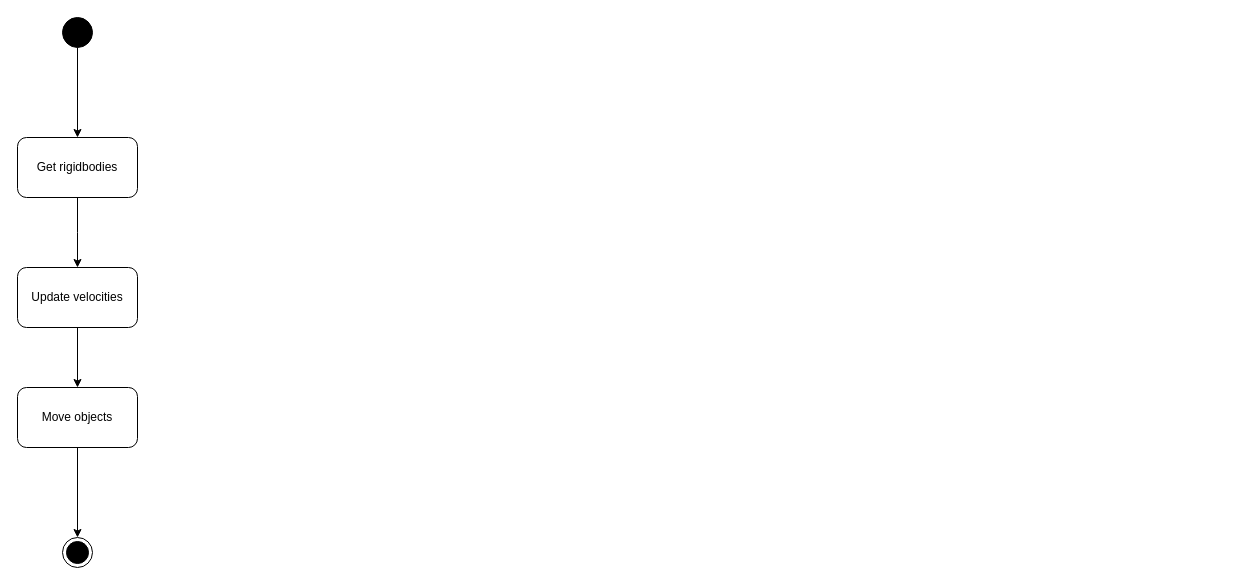
This is page "Physics System" (6 of 14) of figs.drawio from lonkaars/crepe-docs, a draw.io file, before an edit. Source tidied: cells renumbered, new cells numbered last; positions are measured from the earlier drawing's top-left corner, leaving out a move shared by most shapes. Both pictures are drawn from the tidied source at 100%, with x=0, y=0 at pixel (17, 17).
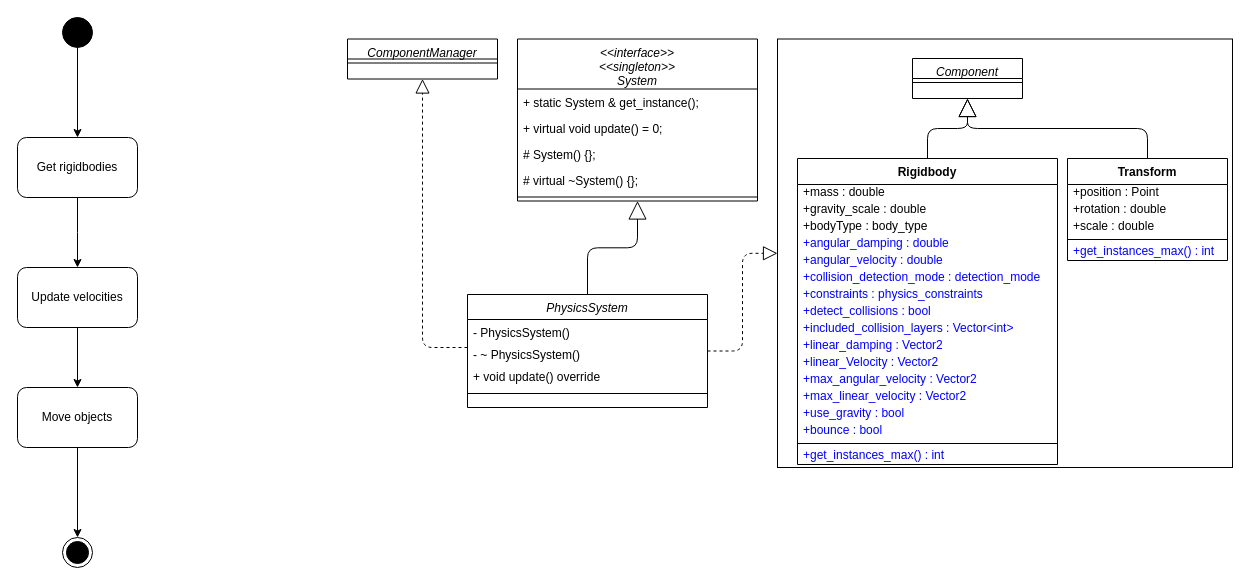
After the change.

Diff of the diagram source:
```diff
@@
+    <mxCell id="11" style="rounded=0;whiteSpace=wrap;html=1;fillColor=none;" parent="1" vertex="1">
+      <mxGeometry x="760" y="21.5" width="455" height="428.5" as="geometry" />
+    </mxCell>
@@
+    <mxCell id="12" value="PhysicsSystem" style="swimlane;fontStyle=2;align=center;verticalAlign=top;horizontal=1;startSize=25;rounded=0;shadow=0;strokeWidth=1;" parent="1" vertex="1">
+      <mxGeometry x="450" y="277" width="240" height="113" as="geometry" />
+    </mxCell>
+    <mxCell id="13" value="- PhysicsSystem()" style="text;align=left;verticalAlign=top;spacingLeft=4;spacingRight=4;overflow=hidden;" parent="12" vertex="1">
+      <mxGeometry y="25" width="240" height="22" as="geometry" />
+    </mxCell>
+    <mxCell id="14" value="- ~ PhysicsSystem()" style="text;align=left;verticalAlign=top;spacingLeft=4;spacingRight=4;overflow=hidden;" parent="12" vertex="1">
+      <mxGeometry y="47" width="240" height="22" as="geometry" />
+    </mxCell>
+    <mxCell id="15" value="+ void update() override" style="text;align=left;verticalAlign=top;spacingLeft=4;spacingRight=4;overflow=hidden;rounded=0;shadow=0;html=0;" parent="12" vertex="1">
+      <mxGeometry y="69" width="240" height="26" as="geometry" />
+    </mxCell>
+    <mxCell id="16" style="line;html=1;strokeWidth=1;align=left;verticalAlign=middle;spacingTop=-1;spacingLeft=3;spacingRight=3;labelPosition=right;" parent="12" vertex="1">
+      <mxGeometry y="95" width="240" height="8" as="geometry" />
+    </mxCell>
+    <mxCell id="17" value="&lt;&lt;interface&gt;&gt;&#10;&lt;&lt;singleton&gt;&gt;&#10;System" style="swimlane;fontStyle=2;align=center;verticalAlign=top;horizontal=1;startSize=50;rounded=0;shadow=0;strokeWidth=1;" parent="1" vertex="1">
+      <mxGeometry x="500" y="21.5" width="240" height="162" as="geometry" />
+    </mxCell>
+    <mxCell id="18" value="+ static System &amp; get_instance();" style="text;align=left;verticalAlign=top;spacingLeft=4;spacingRight=4;overflow=hidden;rounded=0;shadow=0;html=0;" parent="17" vertex="1">
+      <mxGeometry y="50" width="240" height="26" as="geometry" />
+    </mxCell>
+    <mxCell id="19" value="+ virtual void update() = 0;&#10;" style="text;align=left;verticalAlign=top;spacingLeft=4;spacingRight=4;overflow=hidden;rounded=0;shadow=0;html=0;" parent="17" vertex="1">
+      <mxGeometry y="76" width="240" height="26" as="geometry" />
+    </mxCell>
+    <mxCell id="20" value="# System() {};&#10;" style="text;align=left;verticalAlign=top;spacingLeft=4;spacingRight=4;overflow=hidden;rounded=0;shadow=0;html=0;" parent="17" vertex="1">
+      <mxGeometry y="102" width="240" height="26" as="geometry" />
+    </mxCell>
+    <mxCell id="21" value="# virtual ~System() {};&#10;" style="text;align=left;verticalAlign=top;spacingLeft=4;spacingRight=4;overflow=hidden;rounded=0;shadow=0;html=0;" parent="17" vertex="1">
+      <mxGeometry y="128" width="240" height="26" as="geometry" />
+    </mxCell>
+    <mxCell id="22" style="line;html=1;strokeWidth=1;align=left;verticalAlign=middle;spacingTop=-1;spacingLeft=3;spacingRight=3;labelPosition=right;" parent="17" vertex="1">
+      <mxGeometry y="154" width="240" height="8" as="geometry" />
+    </mxCell>
+    <mxCell id="23" style="endArrow=block;endSize=16;endFill=0;html=1;edgeStyle=orthogonalEdgeStyle;" parent="1" edge="1" source="12" target="17">
+      <mxGeometry relative="1" as="geometry" />
+    </mxCell>
+    <mxCell id="24" value="Component" style="swimlane;fontStyle=2;align=center;verticalAlign=top;horizontal=1;startSize=20;rounded=0;shadow=0;strokeWidth=1;" parent="1" vertex="1">
+      <mxGeometry x="895" y="41" width="110" height="40" as="geometry" />
+    </mxCell>
+    <mxCell id="25" style="line;html=1;strokeWidth=1;align=left;verticalAlign=middle;spacingTop=-1;spacingLeft=3;spacingRight=3;labelPosition=right;" parent="24" vertex="1">
+      <mxGeometry y="20" width="110" height="8" as="geometry" />
+    </mxCell>
+    <mxCell id="26" value="ComponentManager" style="swimlane;fontStyle=2;align=center;verticalAlign=top;horizontal=1;startSize=20;rounded=0;shadow=0;strokeWidth=1;" parent="1" vertex="1">
+      <mxGeometry x="330" y="21.5" width="150" height="40" as="geometry" />
+    </mxCell>
+    <mxCell id="27" style="line;html=1;strokeWidth=1;align=left;verticalAlign=middle;spacingTop=-1;spacingLeft=3;spacingRight=3;labelPosition=right;" parent="26" vertex="1">
+      <mxGeometry y="20" width="150" height="8" as="geometry" />
+    </mxCell>
+    <mxCell id="28" style="endArrow=block;dashed=1;endFill=0;endSize=12;html=1;edgeStyle=orthogonalEdgeStyle;" parent="1" edge="1" source="12" target="26">
+      <mxGeometry relative="1" as="geometry">
+        <Array as="points">
+          <mxPoint x="405" y="330" />
+        </Array>
+      </mxGeometry>
+    </mxCell>
+    <mxCell id="29" value="Transform" style="swimlane;fontStyle=1;align=center;verticalAlign=top;horizontal=1;startSize=26;rounded=0;shadow=0;strokeWidth=1;direction=east;" parent="1" vertex="1">
+      <mxGeometry x="1050" y="141" width="160" height="102" as="geometry" />
+    </mxCell>
+    <mxCell id="30" value="+position : Point" style="text;align=left;verticalAlign=bottom;spacingLeft=4;spacingRight=4;overflow=hidden;rounded=0;shadow=0;html=0;strokeWidth=1;horizontal=1;" parent="29" vertex="1">
+      <mxGeometry y="26" width="160" height="17" as="geometry" />
+    </mxCell>
+    <mxCell id="31" value="+rotation : double" style="text;align=left;verticalAlign=bottom;spacingLeft=4;spacingRight=4;overflow=hidden;rounded=0;shadow=0;html=0;strokeWidth=1;horizontal=1;" parent="29" vertex="1">
+      <mxGeometry y="43" width="160" height="17" as="geometry" />
+    </mxCell>
+    <mxCell id="32" value="+scale : double" style="text;align=left;verticalAlign=bottom;spacingLeft=4;spacingRight=4;overflow=hidden;rounded=0;shadow=0;html=0;strokeWidth=1;horizontal=1;" parent="29" vertex="1">
+      <mxGeometry y="60" width="160" height="17" as="geometry" />
+    </mxCell>
+    <mxCell id="33" style="line;html=1;strokeWidth=1;align=left;verticalAlign=middle;spacingTop=-1;spacingLeft=3;spacingRight=3;labelPosition=right;fontSize=12;perimeterSpacing=0;verticalLabelPosition=middle;" parent="29" vertex="1">
+      <mxGeometry y="77" width="160" height="8" as="geometry" />
+    </mxCell>
+    <mxCell id="34" value="+get_instances_max() : int" style="text;align=left;verticalAlign=bottom;spacingLeft=4;spacingRight=4;overflow=hidden;rounded=0;shadow=0;html=0;strokeWidth=1;horizontal=1;fontColor=#0000FF;" parent="29" vertex="1">
+      <mxGeometry y="85" width="160" height="17" as="geometry" />
+    </mxCell>
+    <mxCell id="35" style="endArrow=block;endSize=16;endFill=0;html=1;edgeStyle=orthogonalEdgeStyle;" parent="1" edge="1" source="37" target="24">
+      <mxGeometry relative="1" as="geometry" />
+    </mxCell>
+    <mxCell id="36" style="endArrow=block;endSize=16;endFill=0;html=1;exitX=0.5;exitY=0;exitDx=0;exitDy=0;edgeStyle=orthogonalEdgeStyle;" parent="1" edge="1" source="29" target="24">
+      <mxGeometry relative="1" as="geometry" />
+    </mxCell>
+    <mxCell id="37" value="Rigidbody" style="swimlane;fontStyle=1;align=center;verticalAlign=top;horizontal=1;startSize=26;rounded=0;shadow=0;strokeWidth=1;direction=east;" parent="1" vertex="1">
+      <mxGeometry x="780" y="141" width="260" height="306" as="geometry" />
+    </mxCell>
+    <mxCell id="38" value="+mass : double" style="text;align=left;verticalAlign=bottom;spacingLeft=4;spacingRight=4;overflow=hidden;rounded=0;shadow=0;html=0;strokeWidth=1;horizontal=1;" parent="37" vertex="1">
+      <mxGeometry y="26" width="260" height="17" as="geometry" />
+    </mxCell>
+    <mxCell id="39" value="+gravity_scale : double" style="text;align=left;verticalAlign=bottom;spacingLeft=4;spacingRight=4;overflow=hidden;rounded=0;shadow=0;html=0;strokeWidth=1;horizontal=1;" parent="37" vertex="1">
+      <mxGeometry y="43" width="260" height="17" as="geometry" />
+    </mxCell>
+    <mxCell id="40" value="+bodyType : body_type" style="text;align=left;verticalAlign=bottom;spacingLeft=4;spacingRight=4;overflow=hidden;rounded=0;shadow=0;html=0;strokeWidth=1;horizontal=1;" parent="37" vertex="1">
+      <mxGeometry y="60" width="260" height="17" as="geometry" />
+    </mxCell>
+    <mxCell id="41" value="+angular_damping : double" style="text;align=left;verticalAlign=bottom;spacingLeft=4;spacingRight=4;overflow=hidden;rounded=0;shadow=0;html=0;strokeWidth=1;horizontal=1;fontColor=#0000ff;" parent="37" vertex="1">
+      <mxGeometry y="77" width="260" height="17" as="geometry" />
+    </mxCell>
+    <mxCell id="42" value="+angular_velocity : double" style="text;align=left;verticalAlign=bottom;spacingLeft=4;spacingRight=4;overflow=hidden;rounded=0;shadow=0;html=0;strokeWidth=1;horizontal=1;fontColor=#0000ff;" parent="37" vertex="1">
+      <mxGeometry y="94" width="260" height="17" as="geometry" />
+    </mxCell>
+    <mxCell id="43" value="+collision_detection_mode : detection_mode" style="text;align=left;verticalAlign=bottom;spacingLeft=4;spacingRight=4;overflow=hidden;rounded=0;shadow=0;html=0;strokeWidth=1;horizontal=1;fontColor=#0000ff;" parent="37" vertex="1">
+      <mxGeometry y="111" width="260" height="17" as="geometry" />
+    </mxCell>
+    <mxCell id="44" value="+constraints : physics_constraints" style="text;align=left;verticalAlign=bottom;spacingLeft=4;spacingRight=4;overflow=hidden;rounded=0;shadow=0;html=0;strokeWidth=1;horizontal=1;fontColor=#0000ff;" parent="37" vertex="1">
+      <mxGeometry y="128" width="260" height="17" as="geometry" />
+    </mxCell>
+    <mxCell id="45" value="+detect_collisions : bool" style="text;align=left;verticalAlign=bottom;spacingLeft=4;spacingRight=4;overflow=hidden;rounded=0;shadow=0;html=0;strokeWidth=1;horizontal=1;fontColor=#0000ff;" parent="37" vertex="1">
+      <mxGeometry y="145" width="260" height="17" as="geometry" />
+    </mxCell>
+    <mxCell id="46" value="+included_collision_layers : Vector&lt;int&gt;" style="text;align=left;verticalAlign=bottom;spacingLeft=4;spacingRight=4;overflow=hidden;rounded=0;shadow=0;html=0;strokeWidth=1;horizontal=1;fontColor=#0000ff;" parent="37" vertex="1">
+      <mxGeometry y="162" width="260" height="17" as="geometry" />
+    </mxCell>
+    <mxCell id="47" value="+linear_damping : Vector2" style="text;align=left;verticalAlign=bottom;spacingLeft=4;spacingRight=4;overflow=hidden;rounded=0;shadow=0;html=0;strokeWidth=1;horizontal=1;fontColor=#0000ff;" parent="37" vertex="1">
+      <mxGeometry y="179" width="260" height="17" as="geometry" />
+    </mxCell>
+    <mxCell id="48" value="+linear_Velocity : Vector2" style="text;align=left;verticalAlign=bottom;spacingLeft=4;spacingRight=4;overflow=hidden;rounded=0;shadow=0;html=0;strokeWidth=1;horizontal=1;fontColor=#0000ff;" parent="37" vertex="1">
+      <mxGeometry y="196" width="260" height="17" as="geometry" />
+    </mxCell>
+    <mxCell id="49" value="+max_angular_velocity : Vector2" style="text;align=left;verticalAlign=bottom;spacingLeft=4;spacingRight=4;overflow=hidden;rounded=0;shadow=0;html=0;strokeWidth=1;horizontal=1;fontColor=#0000ff;" parent="37" vertex="1">
+      <mxGeometry y="213" width="260" height="17" as="geometry" />
+    </mxCell>
+    <mxCell id="50" value="+max_linear_velocity : Vector2" style="text;align=left;verticalAlign=bottom;spacingLeft=4;spacingRight=4;overflow=hidden;rounded=0;shadow=0;html=0;strokeWidth=1;horizontal=1;fontColor=#0000ff;" parent="37" vertex="1">
+      <mxGeometry y="230" width="260" height="17" as="geometry" />
+    </mxCell>
+    <mxCell id="51" value="+use_gravity : bool" style="text;align=left;verticalAlign=bottom;spacingLeft=4;spacingRight=4;overflow=hidden;rounded=0;shadow=0;html=0;strokeWidth=1;horizontal=1;fontColor=#0000ff;" parent="37" vertex="1">
+      <mxGeometry y="247" width="260" height="17" as="geometry" />
+    </mxCell>
+    <mxCell id="52" value="+bounce : bool" style="text;align=left;verticalAlign=bottom;spacingLeft=4;spacingRight=4;overflow=hidden;rounded=0;shadow=0;html=0;strokeWidth=1;horizontal=1;fontColor=#0000ff;" parent="37" vertex="1">
+      <mxGeometry y="264" width="260" height="17" as="geometry" />
+    </mxCell>
+    <mxCell id="53" style="line;html=1;strokeWidth=1;align=left;verticalAlign=middle;spacingTop=-1;spacingLeft=3;spacingRight=3;labelPosition=right;fontSize=12;perimeterSpacing=0;verticalLabelPosition=middle;" parent="37" vertex="1">
+      <mxGeometry y="281" width="260" height="8" as="geometry" />
+    </mxCell>
+    <mxCell id="54" value="+get_instances_max() : int" style="text;align=left;verticalAlign=bottom;spacingLeft=4;spacingRight=4;overflow=hidden;rounded=0;shadow=0;html=0;strokeWidth=1;horizontal=1;fontColor=#0000FF;" parent="37" vertex="1">
+      <mxGeometry y="289" width="260" height="17" as="geometry" />
+    </mxCell>
+    <mxCell id="55" style="endArrow=block;dashed=1;endFill=0;endSize=12;html=1;edgeStyle=orthogonalEdgeStyle;" parent="1" edge="1" source="12" target="11">
+      <mxGeometry relative="1" as="geometry" />
+    </mxCell>
```
